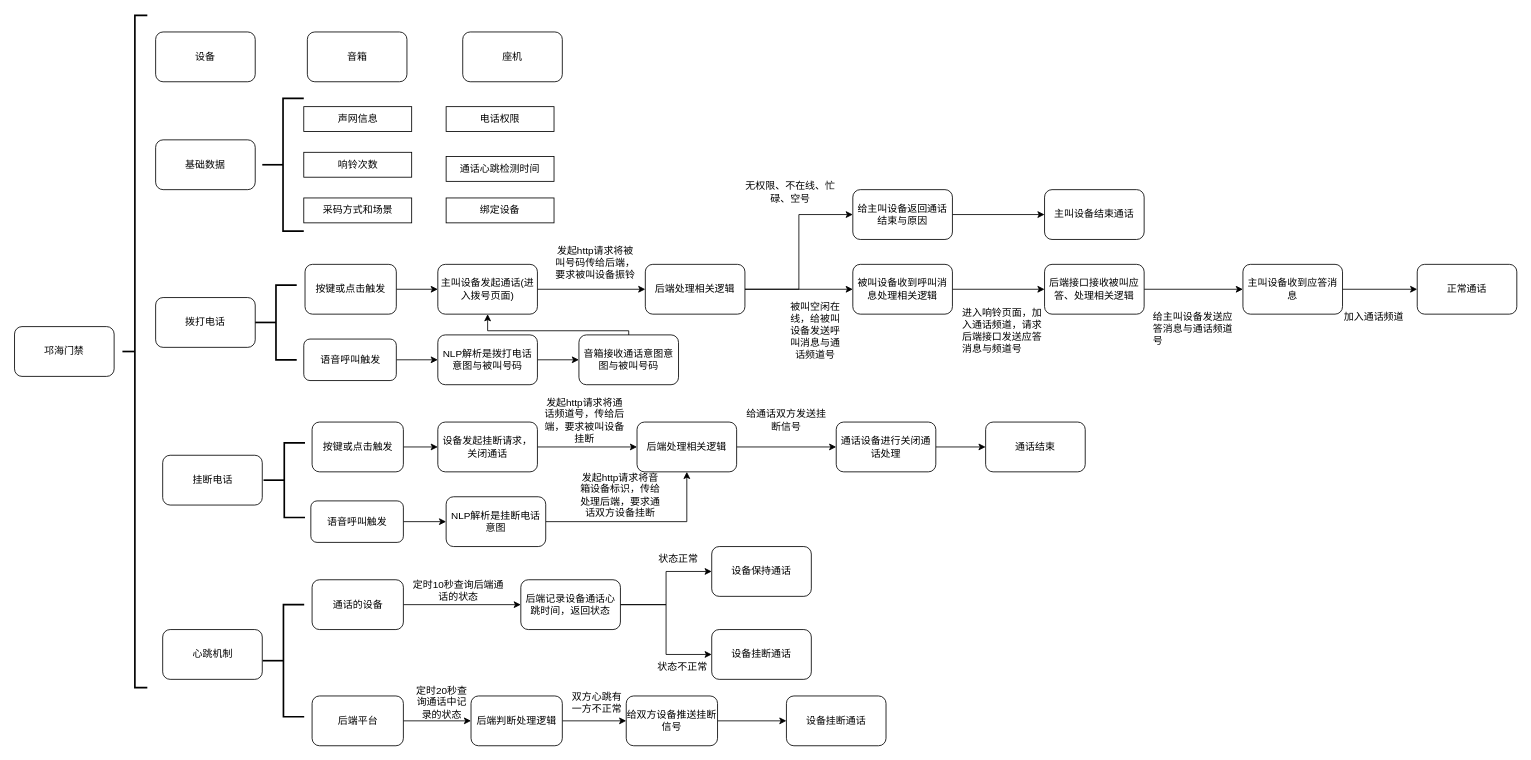
Above: xzzh/邛海门禁.drawio in daniel-7d/draw (draw.io), before the change. Source tidied: cells renumbered, new cells numbered last; positions are measured from the earlier drawing's top-left corner, leaving out a move shared by most shapes. Both pictures are drawn from the tidied source at 83%, with x=0, y=0 at pixel (14, 15).
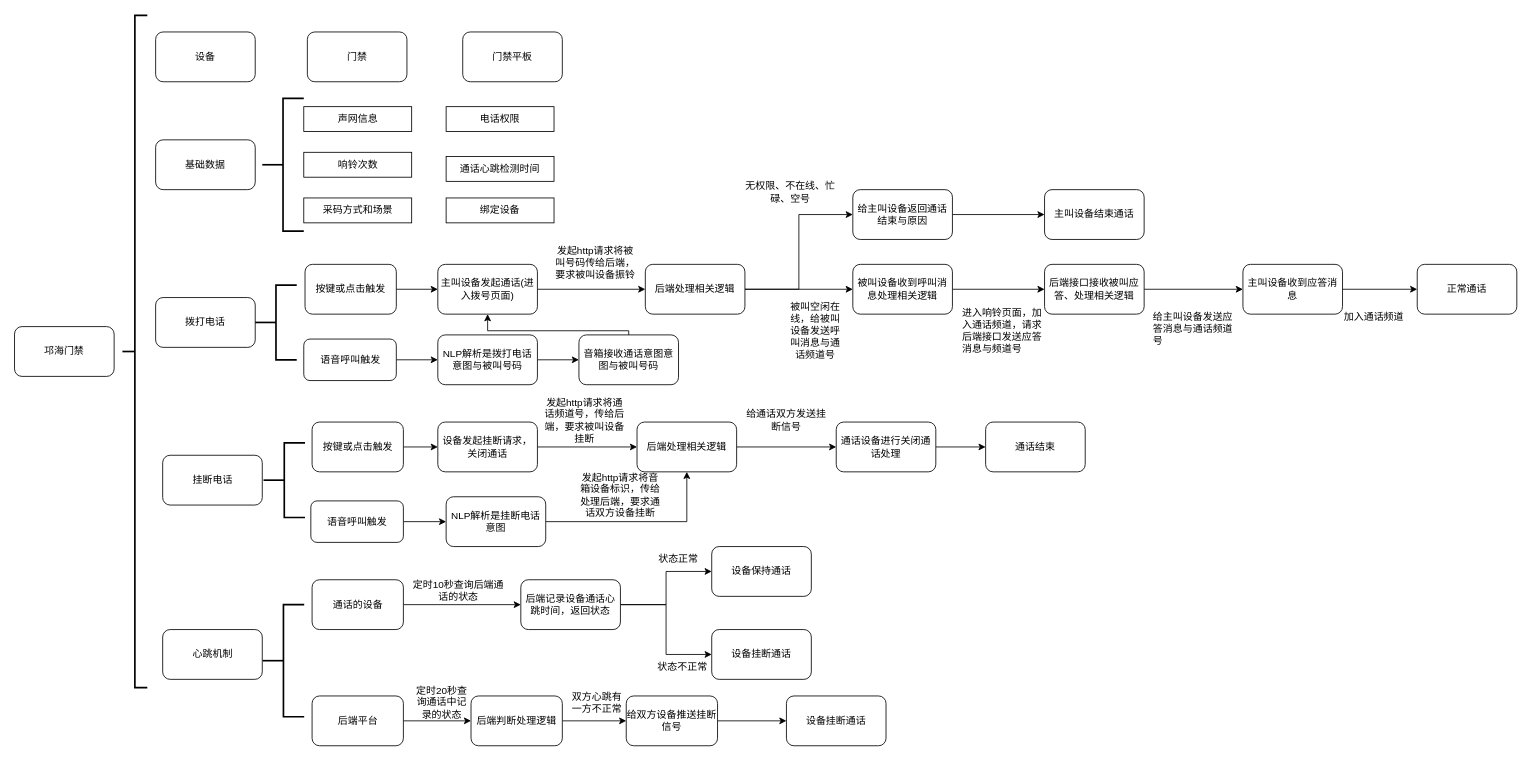
The same page after the edit.

Commit message (it also covers changes not shown here):
更新邛海门禁.drawio

What changed in the source:
```diff
@@
-    <mxCell id="83" value="音箱" style="rounded=1;whiteSpace=wrap;html=1;" parent="1" vertex="1">
+    <mxCell id="83" value="门禁" style="rounded=1;whiteSpace=wrap;html=1;" parent="1" vertex="1">
       <mxGeometry x="352.8" y="20" width="120" height="60" as="geometry" />
     </mxCell>
-    <mxCell id="84" value="座机" style="rounded=1;whiteSpace=wrap;html=1;" parent="1" vertex="1">
+    <mxCell id="84" value="门禁平板" style="rounded=1;whiteSpace=wrap;html=1;" parent="1" vertex="1">
       <mxGeometry x="540" y="20" width="120" height="60" as="geometry" />
     </mxCell>
```
